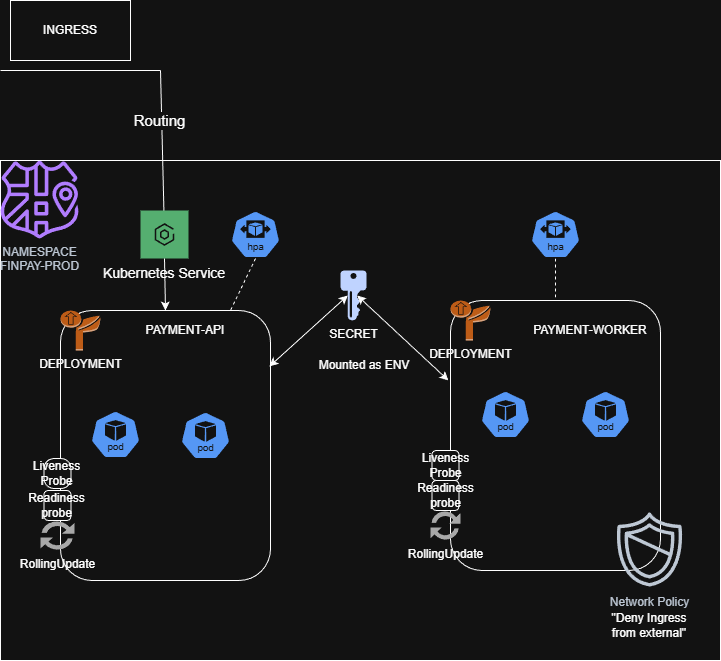
This is 21-k8s-payment-app-pt2/images/02-k8s-arch.drawio.png from karwowski1/static-web-app-deployment, a draw.io export, as it was before one commit. Source tidied: cells renumbered, new cells last; positions are measured from the earlier drawing's top-left corner, leaving out a move shared by most shapes. Its diagram source:
```xml
<mxGraphModel>
  <root>
    <mxCell id="0" />
    <mxCell id="1" parent="0" />
    <mxCell id="2" style="rounded=0;whiteSpace=wrap;html=1;fillColor=none;shadow=0;" parent="1" vertex="1">
      <mxGeometry y="160" width="720" height="500" as="geometry" />
    </mxCell>
    <mxCell id="3" value="NAMESPACE&lt;br&gt;FINPAY-PROD" style="sketch=0;fontColor=#232F3E;gradientColor=none;fillColor=#8C4FFF;strokeColor=none;dashed=0;verticalLabelPosition=bottom;verticalAlign=top;align=center;html=1;fontSize=12;fontStyle=0;shape=mxgraph.aws4.namespace;" parent="1" vertex="1">
      <mxGeometry y="160" width="78" height="78" as="geometry" />
    </mxCell>
    <mxCell id="4" style="endArrow=none;html=1;rounded=0;" parent="1" edge="1">
      <mxGeometry relative="1" as="geometry">
        <mxPoint y="70" as="sourcePoint" />
        <mxPoint x="160" y="70" as="targetPoint" />
      </mxGeometry>
    </mxCell>
    <mxCell id="5" style="endArrow=classic;html=1;rounded=0;" parent="1" edge="1" target="19">
      <mxGeometry relative="1" as="geometry">
        <mxPoint x="160" y="70" as="sourcePoint" />
      </mxGeometry>
    </mxCell>
    <mxCell id="6" value="&lt;font style=&quot;font-size: 15px;&quot;&gt;Routing&lt;/font&gt;" style="edgeLabel;html=1;align=center;verticalAlign=middle;" parent="5" vertex="1">
      <mxGeometry x="-0.35" y="-3" relative="1" as="geometry" />
    </mxCell>
    <mxCell id="7" value="INGRESS" style="rounded=0;whiteSpace=wrap;html=1;" parent="1" vertex="1">
      <mxGeometry x="10" width="120" height="60" as="geometry" />
    </mxCell>
    <mxCell id="8" style="rounded=1;whiteSpace=wrap;html=1;" parent="1" vertex="1">
      <mxGeometry x="60" y="310" width="210" height="270" as="geometry" />
    </mxCell>
    <mxCell id="9" style="rounded=1;whiteSpace=wrap;html=1;" parent="1" vertex="1">
      <mxGeometry x="450" y="300" width="210" height="270" as="geometry" />
    </mxCell>
    <mxCell id="10" value="DEPLOYMENT" style="dashed=0;verticalLabelPosition=bottom;verticalAlign=top;align=center;html=1;shape=mxgraph.aws3.deployment;fillColor=#F58534;gradientColor=none;" parent="1" vertex="1">
      <mxGeometry x="60" y="310" width="40" height="40" as="geometry" />
    </mxCell>
    <mxCell id="11" value="DEPLOYMENT" style="dashed=0;verticalLabelPosition=bottom;verticalAlign=top;align=center;html=1;shape=mxgraph.aws3.deployment;fillColor=#F58534;gradientColor=none;" parent="1" vertex="1">
      <mxGeometry x="450" y="300" width="40" height="40" as="geometry" />
    </mxCell>
    <mxCell id="12" value="PAYMENT-API" style="text;html=1;whiteSpace=wrap;strokeColor=none;fillColor=none;align=center;verticalAlign=middle;rounded=0;" parent="1" vertex="1">
      <mxGeometry x="140" y="320" width="90" height="20" as="geometry" />
    </mxCell>
    <mxCell id="13" value="PAYMENT-WORKER" style="text;html=1;whiteSpace=wrap;strokeColor=none;fillColor=none;align=center;verticalAlign=middle;rounded=0;" parent="1" vertex="1">
      <mxGeometry x="530" y="320" width="120" height="20" as="geometry" />
    </mxCell>
    <mxCell id="14" style="sketch=0;html=1;dashed=0;whitespace=wrap;verticalLabelPosition=bottom;verticalAlign=top;fillColor=#2875E2;strokeColor=#ffffff;shape=mxgraph.kubernetes.icon2;kubernetesLabel=1;prIcon=pod;" parent="1" vertex="1">
      <mxGeometry x="580" y="390" width="50" height="48" as="geometry" />
    </mxCell>
    <mxCell id="15" style="sketch=0;html=1;dashed=0;whitespace=wrap;verticalLabelPosition=bottom;verticalAlign=top;fillColor=#2875E2;strokeColor=#ffffff;shape=mxgraph.kubernetes.icon2;kubernetesLabel=1;prIcon=pod;" parent="1" vertex="1">
      <mxGeometry x="480" y="390" width="50" height="48" as="geometry" />
    </mxCell>
    <mxCell id="16" style="sketch=0;html=1;dashed=0;whitespace=wrap;verticalLabelPosition=bottom;verticalAlign=top;fillColor=#2875E2;strokeColor=#ffffff;shape=mxgraph.kubernetes.icon2;kubernetesLabel=1;prIcon=pod;" parent="1" vertex="1">
      <mxGeometry x="180" y="411" width="50" height="48" as="geometry" />
    </mxCell>
    <mxCell id="17" style="sketch=0;html=1;dashed=0;whitespace=wrap;verticalLabelPosition=bottom;verticalAlign=top;fillColor=#2875E2;strokeColor=#ffffff;shape=mxgraph.kubernetes.icon2;kubernetesLabel=1;prIcon=pod;" parent="1" vertex="1">
      <mxGeometry x="90" y="410" width="50" height="48" as="geometry" />
    </mxCell>
    <mxCell id="18" value="Kubernetes Service" style="shape=rect;fillColor=#198038;labelPosition=center;verticalLabelPosition=bottom;align=center;verticalAlign=top;strokeColor=none;fontSize=14;" parent="1" vertex="1">
      <mxGeometry x="140" y="210" width="48" height="48" as="geometry" />
    </mxCell>
    <mxCell id="19" style="fillColor=#ffffff;strokeColor=none;dashed=0;outlineConnect=0;html=1;labelPosition=center;verticalLabelPosition=bottom;verticalAlign=top;shape=mxgraph.ibm_cloud.ibm-cloud--kubernetes-service;" parent="18" vertex="1">
      <mxGeometry width="24" height="24" relative="1" as="geometry">
        <mxPoint x="12" y="12" as="offset" />
      </mxGeometry>
    </mxCell>
    <mxCell id="20" style="endArrow=classic;html=1;rounded=0;entryX=0.5;entryY=0;entryDx=0;entryDy=0;exitX=0.5;exitY=1;exitDx=0;exitDy=0;" parent="1" edge="1" source="18" target="8">
      <mxGeometry relative="1" as="geometry" />
    </mxCell>
    <mxCell id="21" style="sketch=0;html=1;dashed=0;whitespace=wrap;verticalLabelPosition=bottom;verticalAlign=top;fillColor=#2875E2;strokeColor=#ffffff;points=[[0.005,0.63,0],[0.1,0.2,0],[0.9,0.2,0],[0.5,0,0],[0.995,0.63,0],[0.72,0.99,0],[0.5,1,0],[0.28,0.99,0]];shape=mxgraph.kubernetes.icon2;kubernetesLabel=1;prIcon=hpa;" parent="1" vertex="1">
      <mxGeometry x="230" y="210" width="50" height="48" as="geometry" />
    </mxCell>
    <mxCell id="22" style="sketch=0;html=1;dashed=0;whitespace=wrap;verticalLabelPosition=bottom;verticalAlign=top;fillColor=#2875E2;strokeColor=#ffffff;points=[[0.005,0.63,0],[0.1,0.2,0],[0.9,0.2,0],[0.5,0,0],[0.995,0.63,0],[0.72,0.99,0],[0.5,1,0],[0.28,0.99,0]];shape=mxgraph.kubernetes.icon2;kubernetesLabel=1;prIcon=hpa;" parent="1" vertex="1">
      <mxGeometry x="530" y="210" width="50" height="48" as="geometry" />
    </mxCell>
    <mxCell id="23" style="endArrow=none;dashed=1;html=1;rounded=0;exitX=0.5;exitY=1;exitDx=0;exitDy=0;exitPerimeter=0;" parent="1" edge="1" source="21" target="8">
      <mxGeometry relative="1" as="geometry" />
    </mxCell>
    <mxCell id="24" style="endArrow=none;dashed=1;html=1;rounded=0;exitX=0.5;exitY=1;exitDx=0;exitDy=0;exitPerimeter=0;entryX=0.5;entryY=0;entryDx=0;entryDy=0;" parent="1" edge="1" source="22" target="9">
      <mxGeometry relative="1" as="geometry" />
    </mxCell>
    <mxCell id="25" value="RollingUpdate" style="sketch=0;shadow=0;dashed=0;html=1;strokeColor=none;labelPosition=center;verticalLabelPosition=bottom;verticalAlign=top;align=center;fillColor=#505050;shape=mxgraph.mscae.intune.update;" parent="1" vertex="1">
      <mxGeometry x="430" y="510" width="30" height="30" as="geometry" />
    </mxCell>
    <mxCell id="26" value="RollingUpdate" style="sketch=0;shadow=0;dashed=0;html=1;strokeColor=none;labelPosition=center;verticalLabelPosition=bottom;verticalAlign=top;align=center;fillColor=#505050;shape=mxgraph.mscae.intune.update;" parent="1" vertex="1">
      <mxGeometry x="40" y="520" width="34" height="30" as="geometry" />
    </mxCell>
    <mxCell id="27" value="Readiness&lt;br&gt;probe" style="rounded=1;whiteSpace=wrap;html=1;" parent="1" vertex="1">
      <mxGeometry x="43.5" y="490" width="27" height="30" as="geometry" />
    </mxCell>
    <mxCell id="28" value="Liveness Probe" style="rounded=1;whiteSpace=wrap;html=1;arcSize=37;" parent="1" vertex="1">
      <mxGeometry x="43.5" y="458" width="27" height="30" as="geometry" />
    </mxCell>
    <mxCell id="29" value="Readiness&lt;br&gt;probe" style="rounded=1;whiteSpace=wrap;html=1;" parent="1" vertex="1">
      <mxGeometry x="431.5" y="480" width="27" height="30" as="geometry" />
    </mxCell>
    <mxCell id="30" value="Liveness Probe" style="rounded=1;whiteSpace=wrap;html=1;" parent="1" vertex="1">
      <mxGeometry x="431.5" y="450" width="27" height="30" as="geometry" />
    </mxCell>
    <mxCell id="31" value="SECRET" style="sketch=0;shadow=0;dashed=0;html=1;strokeColor=none;labelPosition=center;verticalLabelPosition=bottom;verticalAlign=top;align=center;fillColor=#00188D;shape=mxgraph.mscae.enterprise.key_permissions;" parent="1" vertex="1">
      <mxGeometry x="340" y="270" width="26" height="50" as="geometry" />
    </mxCell>
    <mxCell id="32" style="endArrow=classic;startArrow=classic;html=1;rounded=0;exitX=0.995;exitY=0.207;exitDx=0;exitDy=0;exitPerimeter=0;entryX=0.28;entryY=0.5;entryDx=0;entryDy=0;entryPerimeter=0;" parent="1" edge="1" source="8" target="31">
      <mxGeometry relative="1" as="geometry" />
    </mxCell>
    <mxCell id="33" style="endArrow=classic;startArrow=classic;html=1;rounded=0;exitX=0.64;exitY=0.5;exitDx=0;exitDy=0;exitPerimeter=0;entryX=-0.01;entryY=0.296;entryDx=0;entryDy=0;entryPerimeter=0;" parent="1" edge="1" source="31" target="9">
      <mxGeometry relative="1" as="geometry" />
    </mxCell>
    <mxCell id="34" value="Mounted as ENV" style="text;html=1;whiteSpace=wrap;strokeColor=none;fillColor=none;align=center;verticalAlign=middle;rounded=0;" parent="1" vertex="1">
      <mxGeometry x="314" y="350" width="100" height="30" as="geometry" />
    </mxCell>
    <mxCell id="35" value="Network Policy" style="sketch=0;fontColor=#232F3E;gradientColor=none;fillColor=#232F3D;strokeColor=none;dashed=0;verticalLabelPosition=bottom;verticalAlign=top;align=center;html=1;fontSize=12;fontStyle=0;shape=mxgraph.aws4.shield2;" parent="1" vertex="1">
      <mxGeometry x="610" y="510" width="78" height="78" as="geometry" />
    </mxCell>
    <mxCell id="36" value="&quot;Deny Ingress from external&quot;" style="text;html=1;whiteSpace=wrap;strokeColor=none;fillColor=none;align=center;verticalAlign=middle;rounded=0;" parent="1" vertex="1">
      <mxGeometry x="604" y="610" width="90" height="30" as="geometry" />
    </mxCell>
  </root>
</mxGraphModel>
```
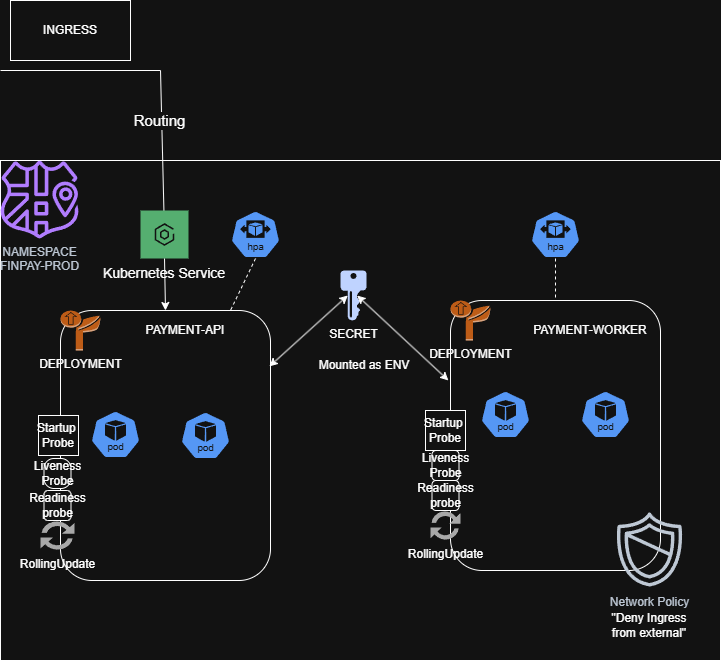
Later version of the same file.

What changed in the source:
```diff
@@ -114,5 +114,11 @@
     <mxCell id="36" value="&quot;Deny Ingress from external&quot;" style="text;html=1;whiteSpace=wrap;strokeColor=none;fillColor=none;align=center;verticalAlign=middle;rounded=0;" parent="1" vertex="1">
       <mxGeometry x="604" y="610" width="90" height="30" as="geometry" />
     </mxCell>
+    <mxCell id="37" value="Startup&amp;nbsp;&lt;br&gt;Probe" style="rounded=0;whiteSpace=wrap;html=1;" parent="1" vertex="1">
+      <mxGeometry x="38" y="415" width="40" height="40" as="geometry" />
+    </mxCell>
+    <mxCell id="38" value="Startup&amp;nbsp;&lt;br&gt;Probe" style="rounded=0;whiteSpace=wrap;html=1;" parent="1" vertex="1">
+      <mxGeometry x="425" y="410" width="40" height="40" as="geometry" />
+    </mxCell>
   </root>
 </mxGraphModel>
```
